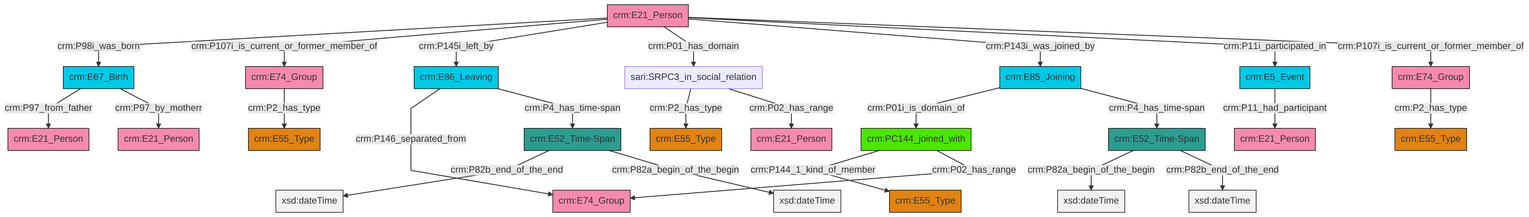
Earlier version of the Mermaid export et/personCSV/ttl/mmd/png/Person_Actor_Relations.png (swiss-art-research-net/reference-data-models). Its source is kept beside it as et/personCSV/ttl/mmd/Person_Actor_Relations.ttl.mmd.
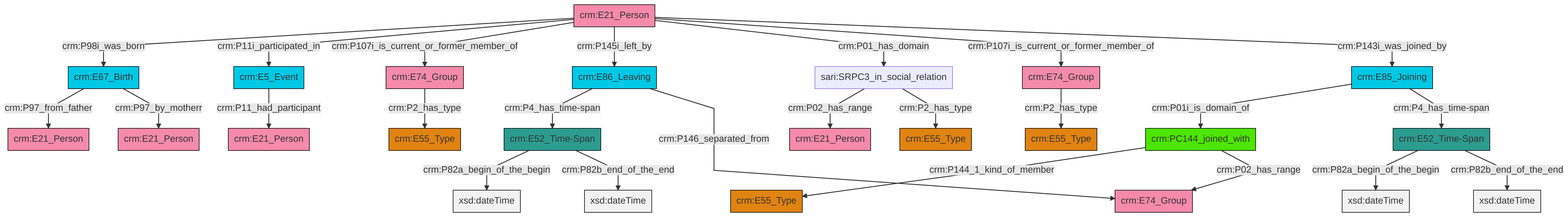
The same file after the commit.

Change to the diagram source:
```diff
@@ -13,27 +13,27 @@
 classDef PC_Classes fill:#4ce600, stroke:#000000;
 classDef Multi fill:#cccccc,stroke:#000000;
 
-0["crm:E5_Event"]:::Temporal_Entity -->|crm:P11_had_participant| 1["crm:E21_Person"]:::Actor
-4["sari:SRPC3_in_social_relation"]:::Default -->|crm:P2_has_type| 5["crm:E55_Type"]:::Type
-6["crm:E67_Birth"]:::Temporal_Entity -->|crm:P97_from_father| 7["crm:E21_Person"]:::Actor
-10["crm:E52_Time-Span"]:::Time-Span -->|crm:P82a_begin_of_the_begin| 11[xsd:dateTime]:::Literal
-8["crm:PC144_joined_with"]:::PC_Classes -->|crm:P144_1_kind_of_member| 12["crm:E55_Type"]:::Type
-15["crm:E74_Group"]:::Actor -->|crm:P2_has_type| 16["crm:E55_Type"]:::Type
-8["crm:PC144_joined_with"]:::PC_Classes -->|crm:P02_has_range| 17["crm:E74_Group"]:::Actor
-18["crm:E52_Time-Span"]:::Time-Span -->|crm:P82b_end_of_the_end| 19[xsd:dateTime]:::Literal
-20["crm:E21_Person"]:::Actor -->|crm:P98i_was_born| 6["crm:E67_Birth"]:::Temporal_Entity
-13["crm:E85_Joining"]:::Temporal_Entity -->|crm:P01i_is_domain_of| 8["crm:PC144_joined_with"]:::PC_Classes
-18["crm:E52_Time-Span"]:::Time-Span -->|crm:P82a_begin_of_the_begin| 21[xsd:dateTime]:::Literal
-24["crm:E74_Group"]:::Actor -->|crm:P2_has_type| 25["crm:E55_Type"]:::Type
-20["crm:E21_Person"]:::Actor -->|crm:P107i_is_current_or_former_member_of| 15["crm:E74_Group"]:::Actor
-20["crm:E21_Person"]:::Actor -->|crm:P145i_left_by| 32["crm:E86_Leaving"]:::Temporal_Entity
-20["crm:E21_Person"]:::Actor -->|crm:P01_has_domain| 4["sari:SRPC3_in_social_relation"]:::Default
-13["crm:E85_Joining"]:::Temporal_Entity -->|crm:P4_has_time-span| 10["crm:E52_Time-Span"]:::Time-Span
-32["crm:E86_Leaving"]:::Temporal_Entity -->|crm:P146_separated_from| 17["crm:E74_Group"]:::Actor
-4["sari:SRPC3_in_social_relation"]:::Default -->|crm:P02_has_range| 2["crm:E21_Person"]:::Actor
-20["crm:E21_Person"]:::Actor -->|crm:P143i_was_joined_by| 13["crm:E85_Joining"]:::Temporal_Entity
-20["crm:E21_Person"]:::Actor -->|crm:P11i_participated_in| 0["crm:E5_Event"]:::Temporal_Entity
-6["crm:E67_Birth"]:::Temporal_Entity -->|crm:P97_by_motherr| 35["crm:E21_Person"]:::Actor
-32["crm:E86_Leaving"]:::Temporal_Entity -->|crm:P4_has_time-span| 18["crm:E52_Time-Span"]:::Time-Span
-20["crm:E21_Person"]:::Actor -->|crm:P107i_is_current_or_former_member_of| 24["crm:E74_Group"]:::Actor
-10["crm:E52_Time-Span"]:::Time-Span -->|crm:P82b_end_of_the_end| 44[xsd:dateTime]:::Literal
+2["crm:E21_Person"]:::Actor -->|crm:P98i_was_born| 3["crm:E67_Birth"]:::Temporal_Entity
+0["crm:PC144_joined_with"]:::PC_Classes -->|crm:P144_1_kind_of_member| 4["crm:E55_Type"]:::Type
+5["crm:E52_Time-Span"]:::Time-Span -->|crm:P82a_begin_of_the_begin| 6[xsd:dateTime]:::Literal
+2["crm:E21_Person"]:::Actor -->|crm:P11i_participated_in| 7["crm:E5_Event"]:::Temporal_Entity
+11["crm:E85_Joining"]:::Temporal_Entity -->|crm:P01i_is_domain_of| 0["crm:PC144_joined_with"]:::PC_Classes
+2["crm:E21_Person"]:::Actor -->|crm:P107i_is_current_or_former_member_of| 12["crm:E74_Group"]:::Actor
+15["sari:SRPC3_in_social_relation"]:::Default -->|crm:P02_has_range| 16["crm:E21_Person"]:::Actor
+7["crm:E5_Event"]:::Temporal_Entity -->|crm:P11_had_participant| 17["crm:E21_Person"]:::Actor
+5["crm:E52_Time-Span"]:::Time-Span -->|crm:P82b_end_of_the_end| 19[xsd:dateTime]:::Literal
+3["crm:E67_Birth"]:::Temporal_Entity -->|crm:P97_from_father| 21["crm:E21_Person"]:::Actor
+2["crm:E21_Person"]:::Actor -->|crm:P145i_left_by| 22["crm:E86_Leaving"]:::Temporal_Entity
+2["crm:E21_Person"]:::Actor -->|crm:P01_has_domain| 15["sari:SRPC3_in_social_relation"]:::Default
+22["crm:E86_Leaving"]:::Temporal_Entity -->|crm:P4_has_time-span| 13["crm:E52_Time-Span"]:::Time-Span
+2["crm:E21_Person"]:::Actor -->|crm:P107i_is_current_or_former_member_of| 31["crm:E74_Group"]:::Actor
+31["crm:E74_Group"]:::Actor -->|crm:P2_has_type| 9["crm:E55_Type"]:::Type
+11["crm:E85_Joining"]:::Temporal_Entity -->|crm:P4_has_time-span| 5["crm:E52_Time-Span"]:::Time-Span
+13["crm:E52_Time-Span"]:::Time-Span -->|crm:P82a_begin_of_the_begin| 32[xsd:dateTime]:::Literal
+13["crm:E52_Time-Span"]:::Time-Span -->|crm:P82b_end_of_the_end| 33[xsd:dateTime]:::Literal
+22["crm:E86_Leaving"]:::Temporal_Entity -->|crm:P146_separated_from| 23["crm:E74_Group"]:::Actor
+0["crm:PC144_joined_with"]:::PC_Classes -->|crm:P02_has_range| 23["crm:E74_Group"]:::Actor
+15["sari:SRPC3_in_social_relation"]:::Default -->|crm:P2_has_type| 34["crm:E55_Type"]:::Type
+3["crm:E67_Birth"]:::Temporal_Entity -->|crm:P97_by_motherr| 40["crm:E21_Person"]:::Actor
+12["crm:E74_Group"]:::Actor -->|crm:P2_has_type| 27["crm:E55_Type"]:::Type
+2["crm:E21_Person"]:::Actor -->|crm:P143i_was_joined_by| 11["crm:E85_Joining"]:::Temporal_Entity
```
